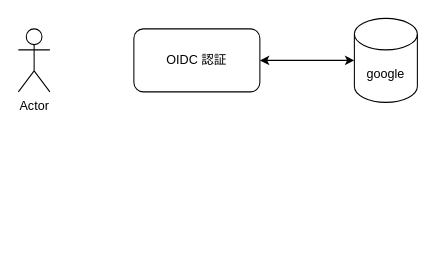
This is Untitled Diagram.drawio from amz-coffee/drawUML, a draw.io file, before an edit. Source tidied: cells renumbered, new cells numbered last; positions are measured from the earlier drawing's top-left corner, leaving out a move shared by most shapes. Both pictures are drawn from the tidied source at 105%, with x=0, y=0 at pixel (18, 18).
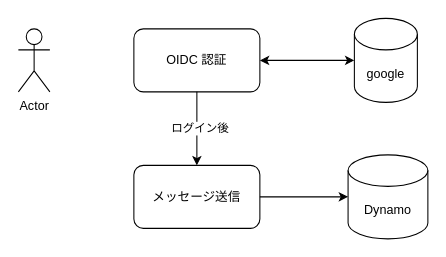
After the change.

The edit, as a diff of the source:
```diff
@@
 <mxGraphModel>
   <root>
     <mxCell id="0" />
     <mxCell id="1" parent="0" />
     <mxCell id="2" value="OIDC 認証" style="rounded=1;whiteSpace=wrap;html=1;" parent="1" vertex="1">
       <mxGeometry x="110" y="10" width="120" height="60" as="geometry" />
     </mxCell>
     <mxCell id="3" value="Actor" style="shape=umlActor;verticalLabelPosition=bottom;verticalAlign=top;html=1;" parent="1" vertex="1">
       <mxGeometry y="10" width="30" height="60" as="geometry" />
     </mxCell>
     <mxCell id="4" value="google" style="shape=cylinder3;whiteSpace=wrap;html=1;boundedLbl=1;backgroundOutline=1;size=15;" parent="1" vertex="1">
       <mxGeometry x="320" width="60" height="80" as="geometry" />
     </mxCell>
     <mxCell id="5" style="endArrow=classic;startArrow=classic;html=1;rounded=0;exitX=1;exitY=0.5;exitDx=0;exitDy=0;entryX=0;entryY=0.5;entryDx=0;entryDy=0;entryPerimeter=0;" parent="1" edge="1" source="2" target="4">
       <mxGeometry relative="1" as="geometry" />
     </mxCell>
+    <mxCell id="6" value="メッセージ送信" style="rounded=1;whiteSpace=wrap;html=1;" parent="1" vertex="1">
+      <mxGeometry x="110" y="140" width="120" height="60" as="geometry" />
+    </mxCell>
+    <mxCell id="7" style="endArrow=classic;html=1;rounded=0;exitX=0.5;exitY=1;exitDx=0;exitDy=0;entryX=0.5;entryY=0;entryDx=0;entryDy=0;" parent="1" edge="1" source="2" target="6">
+      <mxGeometry relative="1" as="geometry" />
+    </mxCell>
+    <mxCell id="8" value="ログイン後" style="edgeLabel;html=1;align=center;verticalAlign=middle;" parent="7" vertex="1">
+      <mxGeometry x="-0.03" y="2" relative="1" as="geometry" />
+    </mxCell>
+    <mxCell id="9" value="Dynamo" style="shape=cylinder3;whiteSpace=wrap;html=1;boundedLbl=1;backgroundOutline=1;size=15;" parent="1" vertex="1">
+      <mxGeometry x="314" y="130" width="76" height="80" as="geometry" />
+    </mxCell>
+    <mxCell id="10" style="endArrow=classic;html=1;rounded=0;exitX=1;exitY=0.5;exitDx=0;exitDy=0;entryX=0;entryY=0.5;entryDx=0;entryDy=0;entryPerimeter=0;" parent="1" edge="1" source="6" target="9">
+      <mxGeometry relative="1" as="geometry" />
+    </mxCell>
   </root>
 </mxGraphModel>
```
